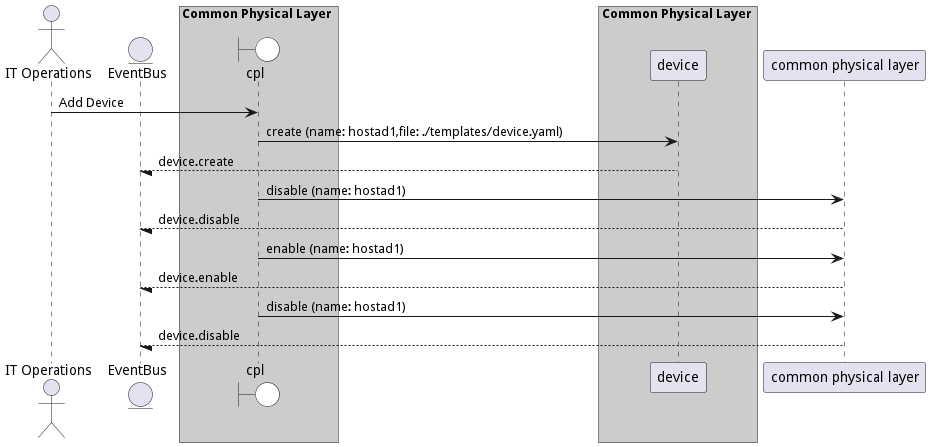
The PlantUML diagram docs/edgemere/cpl/usecases/manageinfrastructure/AddDevice.png in madajaju/edgemere, before a commit.
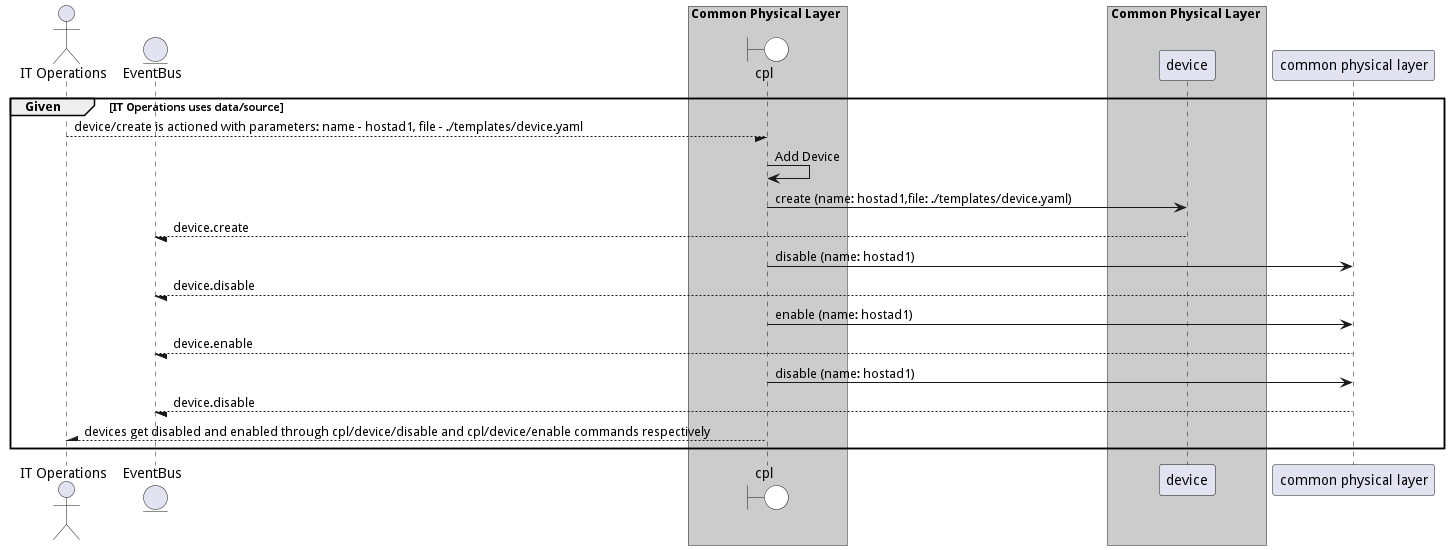
After the change.

What changed in the source:
```diff
@@ -1,4 +1,5 @@
 @startuml
+
 
 actor "IT Operations"
 
@@ -14,8 +15,10 @@
             participant device
     end box
 
+group Given [IT Operations uses data/source]
 
-"IT Operations" -> cpl: Add Device
+"IT Operations" --/ cpl: device/create is actioned with parameters: name - hostad1, file - ./templates/device.yaml
+"cpl" -> cpl: Add Device
 
     cpl -> "device": create (name: hostad1,file: ./templates/device.yaml)
 
@@ -35,4 +38,9 @@
 
 
 
+"IT Operations" /-- cpl: devices get disabled and enabled through cpl/device/disable and cpl/device/enable commands respectively
+
+
+end
+
 @enduml
```
